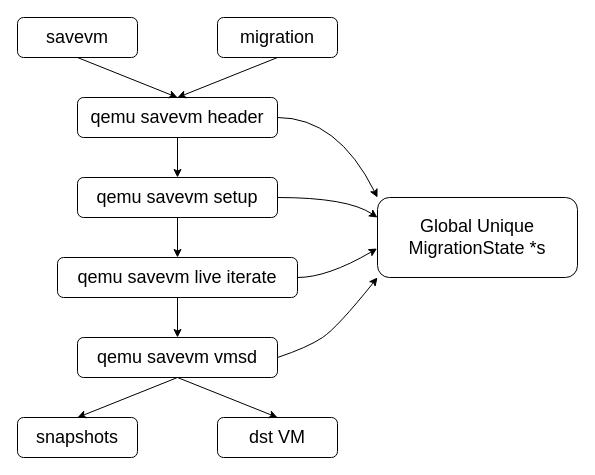
Above: qemu-migration/snapshot vs migration.drawio in xuyizhe1999/drawio (draw.io), before the change. Source tidied: cells renumbered, new cells numbered last; positions are measured from the earlier drawing's top-left corner, leaving out a move shared by most shapes. Both pictures are drawn from the tidied source at 100%, with x=0, y=0 at pixel (17, 17).
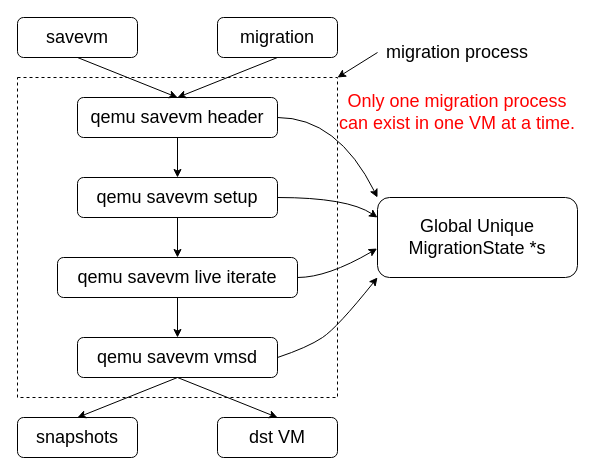
The same page after the edit.

What changed in the source:
```diff
@@
+    <mxCell id="22" style="rounded=0;whiteSpace=wrap;html=1;fontSize=18;fontColor=#FF0000;dashed=1;fillColor=none;" parent="1" vertex="1">
+      <mxGeometry y="60" width="320" height="320" as="geometry" />
+    </mxCell>
@@
+    <mxCell id="23" value="&lt;font color=&quot;#ff0000&quot;&gt;Only one migration process can exist in one VM at a time.&lt;/font&gt;" style="text;html=1;strokeColor=none;fillColor=none;align=center;verticalAlign=middle;whiteSpace=wrap;rounded=0;fontSize=18;" parent="1" vertex="1">
+      <mxGeometry x="320" y="80" width="240" height="30" as="geometry" />
+    </mxCell>
+    <mxCell id="24" value="&lt;font color=&quot;#000000&quot;&gt;migration process&lt;/font&gt;" style="text;html=1;strokeColor=none;fillColor=none;align=center;verticalAlign=middle;whiteSpace=wrap;rounded=0;dashed=1;fontSize=18;fontColor=#FF0000;" parent="1" vertex="1">
+      <mxGeometry x="360" y="20" width="160" height="30" as="geometry" />
+    </mxCell>
+    <mxCell id="25" style="endArrow=classic;html=1;rounded=0;fontSize=18;fontColor=#000000;entryX=1;entryY=0;entryDx=0;entryDy=0;exitX=0;exitY=0.5;exitDx=0;exitDy=0;" parent="1" edge="1" source="24" target="22">
+      <mxGeometry relative="1" as="geometry" />
+    </mxCell>
```
